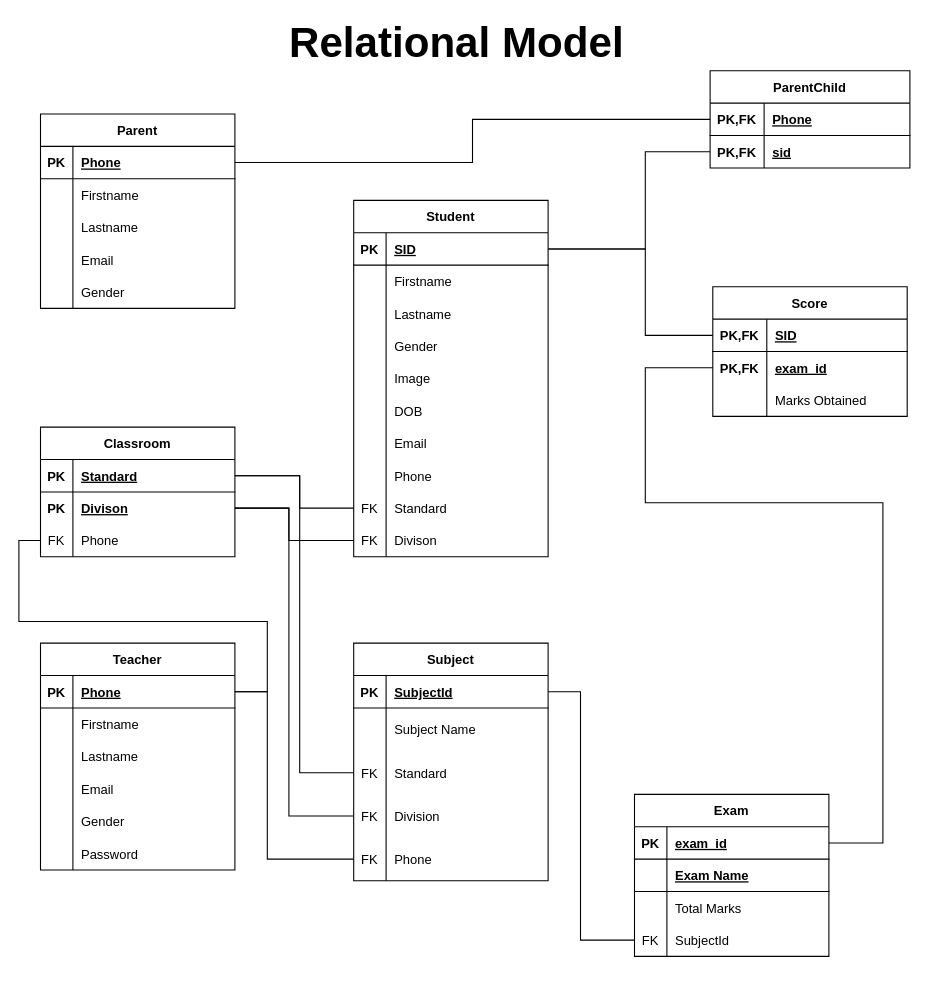
parmar-mohit/School-App keeps this draw.io diagram as Database/School App Relational Model.drawio.xml. Above is the earlier version. Source tidied: cells renumbered, new cells numbered last; positions are measured from the earlier drawing's top-left corner, leaving out a move shared by most shapes. Both pictures are drawn from the tidied source at 108%, with x=0, y=0 at pixel (18, 27).
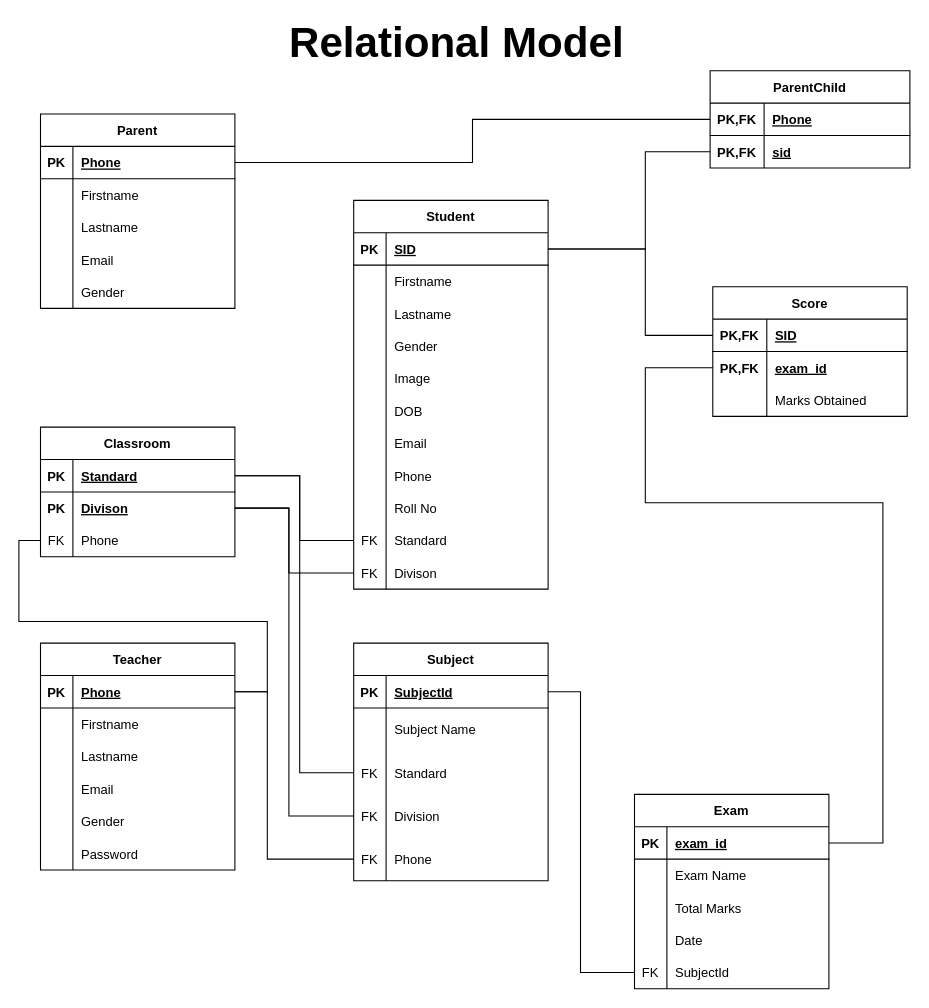
After the change.

Unchanged cells that the change refers to:
```xml
<mxCell id="57" style="shape=tableRow;horizontal=0;startSize=0;swimlaneHead=0;swimlaneBody=0;fillColor=none;points=[[0,0.5],[1,0.5]];portConstraint=eastwest;top=0;left=0;right=0;bottom=1;" parent="56" vertex="1">
  <mxGeometry y="30" width="180" height="30" as="geometry" />
</mxCell>
<mxCell id="60" style="shape=tableRow;horizontal=0;startSize=0;swimlaneHead=0;swimlaneBody=0;fillColor=none;points=[[0,0.5],[1,0.5]];portConstraint=eastwest;top=0;left=0;right=0;bottom=0;" parent="56" vertex="1">
  <mxGeometry y="60" width="180" height="30" as="geometry" />
</mxCell>
<mxCell id="67" style="shape=tableRow;horizontal=0;startSize=0;swimlaneHead=0;swimlaneBody=0;fillColor=none;points=[[0,0.5],[1,0.5]];portConstraint=eastwest;top=0;left=0;right=0;bottom=1;" parent="66" vertex="1">
  <mxGeometry y="30" width="180" height="30" as="geometry" />
</mxCell>
```

The edit, as a diff of the source:
```diff
@@
     <mxCell id="18" value="Student" style="shape=table;startSize=30;childLayout=tableLayout;rowLines=0;fontStyle=1;align=center;" parent="1" vertex="1">
-      <mxGeometry x="310" y="160" width="180" height="330" as="geometry" />
+      <mxGeometry x="310" y="160" width="180" height="360" as="geometry" />
     </mxCell>
@@
+    <mxCell id="136" style="shape=tableRow;horizontal=0;startSize=0;swimlaneHead=0;swimlaneBody=0;fillColor=none;top=0;left=0;right=0;bottom=0;" parent="18" vertex="1">
+      <mxGeometry y="270" width="180" height="30" as="geometry" />
+    </mxCell>
+    <mxCell id="137" style="shape=partialRectangle;fillColor=none;top=0;left=0;bottom=0;right=0;overflow=hidden;" parent="136" vertex="1">
+      <mxGeometry width="30" height="30" as="geometry" />
+    </mxCell>
+    <mxCell id="138" value="Roll No" style="shape=partialRectangle;fillColor=none;top=0;left=0;bottom=0;right=0;align=left;spacingLeft=6;overflow=hidden;" parent="136" vertex="1">
+      <mxGeometry x="30" width="150" height="30" as="geometry" />
+    </mxCell>
     <mxCell id="43" style="shape=tableRow;horizontal=0;startSize=0;swimlaneHead=0;swimlaneBody=0;fillColor=none;points=[[0,0.5],[1,0.5]];portConstraint=eastwest;top=0;left=0;right=0;bottom=0;" parent="18" vertex="1">
-      <mxGeometry y="270" width="180" height="30" as="geometry" />
+      <mxGeometry y="300" width="180" height="30" as="geometry" />
     </mxCell>
@@
     <mxCell id="46" style="shape=tableRow;horizontal=0;startSize=0;swimlaneHead=0;swimlaneBody=0;fillColor=none;points=[[0,0.5],[1,0.5]];portConstraint=eastwest;top=0;left=0;right=0;bottom=0;" parent="18" vertex="1">
-      <mxGeometry y="300" width="180" height="30" as="geometry" />
+      <mxGeometry y="330" width="180" height="30" as="geometry" />
     </mxCell>
@@
     <mxCell id="82" value="Exam" style="shape=table;startSize=30;childLayout=tableLayout;rowLines=0;fontStyle=1;align=center;" parent="1" vertex="1">
-      <mxGeometry x="570" y="710" width="180" height="150" as="geometry" />
+      <mxGeometry x="570" y="710" width="180" height="180" as="geometry" />
     </mxCell>
@@
-    <mxCell id="86" style="shape=tableRow;horizontal=0;startSize=0;swimlaneHead=0;swimlaneBody=0;fillColor=none;top=0;left=0;right=0;bottom=1;" parent="82" vertex="1">
-      <mxGeometry y="60" width="180" height="30" as="geometry" />
-    </mxCell>
-    <mxCell id="87" style="shape=partialRectangle;fillColor=none;top=0;left=0;bottom=0;right=0;fontStyle=1;overflow=hidden;" parent="86" vertex="1">
-      <mxGeometry width="30" height="30" as="geometry" />
-    </mxCell>
-    <mxCell id="88" value="Exam Name" style="shape=partialRectangle;fillColor=none;top=0;left=0;bottom=0;right=0;align=left;spacingLeft=6;fontStyle=5;overflow=hidden;" parent="86" vertex="1">
-      <mxGeometry x="30" width="150" height="30" as="geometry" />
-    </mxCell>
     <mxCell id="89" style="shape=tableRow;horizontal=0;startSize=0;swimlaneHead=0;swimlaneBody=0;fillColor=none;top=0;left=0;right=0;bottom=0;" parent="82" vertex="1">
-      <mxGeometry y="90" width="180" height="30" as="geometry" />
+      <mxGeometry y="60" width="180" height="30" as="geometry" />
     </mxCell>
@@
-    <mxCell id="91" value="Total Marks" style="shape=partialRectangle;fillColor=none;top=0;left=0;bottom=0;right=0;align=left;spacingLeft=6;overflow=hidden;" parent="89" vertex="1">
+    <mxCell id="91" value="Exam Name" style="shape=partialRectangle;fillColor=none;top=0;left=0;bottom=0;right=0;align=left;spacingLeft=6;overflow=hidden;" parent="89" vertex="1">
       <mxGeometry x="30" width="150" height="30" as="geometry" />
     </mxCell>
+    <mxCell id="139" style="shape=tableRow;horizontal=0;startSize=0;swimlaneHead=0;swimlaneBody=0;fillColor=none;top=0;left=0;right=0;bottom=0;" parent="82" vertex="1">
+      <mxGeometry y="90" width="180" height="30" as="geometry" />
+    </mxCell>
+    <mxCell id="140" style="shape=partialRectangle;fillColor=none;top=0;left=0;bottom=0;right=0;overflow=hidden;" parent="139" vertex="1">
+      <mxGeometry width="30" height="30" as="geometry" />
+    </mxCell>
+    <mxCell id="141" value="Total Marks" style="shape=partialRectangle;fillColor=none;top=0;left=0;bottom=0;right=0;align=left;spacingLeft=6;overflow=hidden;" parent="139" vertex="1">
+      <mxGeometry x="30" width="150" height="30" as="geometry" />
+    </mxCell>
+    <mxCell id="142" style="shape=tableRow;horizontal=0;startSize=0;swimlaneHead=0;swimlaneBody=0;fillColor=none;top=0;left=0;right=0;bottom=0;" parent="82" vertex="1">
+      <mxGeometry y="120" width="180" height="30" as="geometry" />
+    </mxCell>
+    <mxCell id="143" style="shape=partialRectangle;fillColor=none;top=0;left=0;bottom=0;right=0;overflow=hidden;" parent="142" vertex="1">
+      <mxGeometry width="30" height="30" as="geometry" />
+    </mxCell>
+    <mxCell id="144" value="Date" style="shape=partialRectangle;fillColor=none;top=0;left=0;bottom=0;right=0;align=left;spacingLeft=6;overflow=hidden;" parent="142" vertex="1">
+      <mxGeometry x="30" width="150" height="30" as="geometry" />
+    </mxCell>
     <mxCell id="92" style="shape=tableRow;horizontal=0;startSize=0;swimlaneHead=0;swimlaneBody=0;fillColor=none;points=[[0,0.5],[1,0.5]];portConstraint=eastwest;top=0;left=0;right=0;bottom=0;" parent="82" vertex="1">
-      <mxGeometry y="120" width="180" height="30" as="geometry" />
+      <mxGeometry y="150" width="180" height="30" as="geometry" />
     </mxCell>
@@
     <mxCell id="128" style="endArrow=none;html=1;rounded=0;exitX=1;exitY=0.5;exitDx=0;exitDy=0;entryX=0;entryY=0.5;entryDx=0;entryDy=0;" parent="1" edge="1" source="57" target="43">
       <mxGeometry relative="1" as="geometry">
         <Array as="points">
           <mxPoint x="260" y="415" />
-          <mxPoint x="260" y="445" />
+          <mxPoint x="260" y="475" />
         </Array>
       </mxGeometry>
     </mxCell>
     <mxCell id="129" style="endArrow=none;html=1;rounded=0;exitX=1;exitY=0.5;exitDx=0;exitDy=0;entryX=0;entryY=0.5;entryDx=0;entryDy=0;" parent="1" edge="1" source="60" target="46">
       <mxGeometry relative="1" as="geometry">
         <Array as="points">
           <mxPoint x="250" y="445" />
-          <mxPoint x="250" y="475" />
+          <mxPoint x="250" y="505" />
         </Array>
       </mxGeometry>
     </mxCell>
@@
     <mxCell id="132" style="endArrow=none;html=1;rounded=0;exitX=1;exitY=0.5;exitDx=0;exitDy=0;entryX=0;entryY=0.5;entryDx=0;entryDy=0;" parent="1" edge="1" source="67" target="92">
       <mxGeometry relative="1" as="geometry">
         <Array as="points">
           <mxPoint x="520" y="615" />
-          <mxPoint x="520" y="845" />
+          <mxPoint x="520" y="875" />
         </Array>
       </mxGeometry>
     </mxCell>
```
